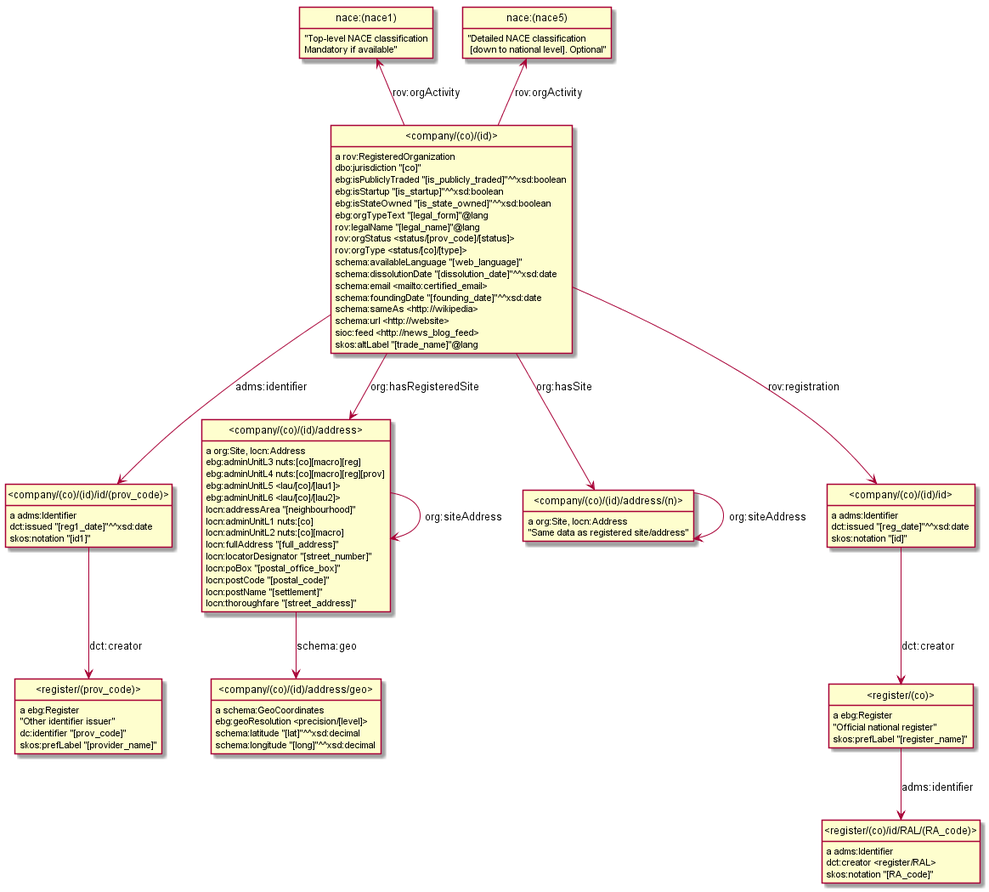
Earlier version of the PlantUML export model/company.png (euBusinessGraph/eubg-data).
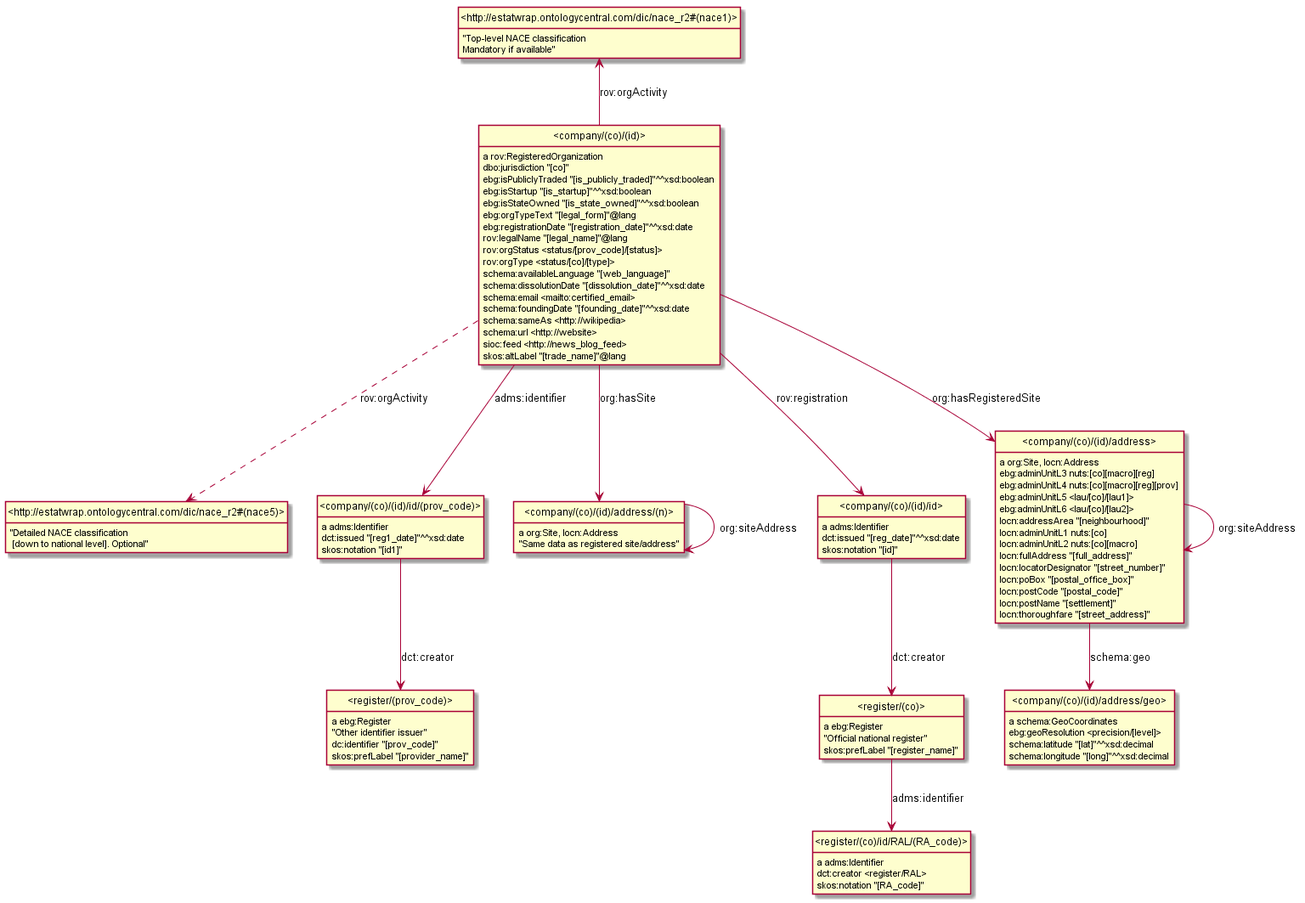
The same diagram one commit later.

Commit message:
Added ebg-ontology-part.ttl (incorporating nace-scheme.ttl). Added neogeo (NUTS and 2 ontologies). Added ebg:registrationDate to company.ttl.

What changed in the source:
```diff
@@ -5,23 +5,24 @@
 skinparam classAttributeIconSize 0
 class _company_co_id_ as "<company/(co)/(id)>"
 _company_co_id_ : a rov:RegisteredOrganization
+class _http_estatwrap_ontologycentral_com_dic_nace_r2_nace5_ as "<http://estatwrap.ontologycentral.com/dic/nace_r2#(nace5)>"
+_company_co_id_ ..> _http_estatwrap_ontologycentral_com_dic_nace_r2_nace5_ : rov:orgActivity
 class _company_co_id_id_prov_code_ as "<company/(co)/(id)/id/(prov_code)>"
 _company_co_id_ --> _company_co_id_id_prov_code_ : adms:identifier
-class _company_co_id_address_ as "<company/(co)/(id)/address>"
-_company_co_id_ --> _company_co_id_address_ : org:hasRegisteredSite
+class _http_estatwrap_ontologycentral_com_dic_nace_r2_nace1_ as "<http://estatwrap.ontologycentral.com/dic/nace_r2#(nace1)>"
+_company_co_id_ -up-> _http_estatwrap_ontologycentral_com_dic_nace_r2_nace1_ : rov:orgActivity
 class _company_co_id_address_n_ as "<company/(co)/(id)/address/(n)>"
 _company_co_id_ --> _company_co_id_address_n_ : org:hasSite
 class _company_co_id_id_ as "<company/(co)/(id)/id>"
 _company_co_id_ --> _company_co_id_id_ : rov:registration
-class nace_nace5_ as "nace:(nace5)"
-_company_co_id_ -up-> nace_nace5_ : rov:orgActivity
-class nace_nace1_ as "nace:(nace1)"
-_company_co_id_ -up-> nace_nace1_ : rov:orgActivity
+class _company_co_id_address_ as "<company/(co)/(id)/address>"
+_company_co_id_ --> _company_co_id_address_ : org:hasRegisteredSite
 _company_co_id_ : dbo:jurisdiction "[co]"
 _company_co_id_ : ebg:isPubliclyTraded "[is_publicly_traded]"^^xsd:boolean
 _company_co_id_ : ebg:isStartup "[is_startup]"^^xsd:boolean
 _company_co_id_ : ebg:isStateOwned "[is_state_owned]"^^xsd:boolean
 _company_co_id_ : ebg:orgTypeText "[legal_form]"@lang
+_company_co_id_ : ebg:registrationDate "[registration_date]"^^xsd:date
 _company_co_id_ : rov:legalName "[legal_name]"@lang
 _company_co_id_ : rov:orgStatus <status/[prov_code]/[status]>
 _company_co_id_ : rov:orgType <status/[co]/[type]>
@@ -33,16 +34,23 @@
 _company_co_id_ : schema:url <http://website>
 _company_co_id_ : sioc:feed <http://news_blog_feed>
 _company_co_id_ : skos:altLabel "[trade_name]"@lang
-_company_co_id_id_ : a adms:Identifier
+_company_co_id_address_n_ : a org:Site, locn:Address
+_company_co_id_address_n_ --> _company_co_id_address_n_ : org:siteAddress
+_company_co_id_address_n_ :  "Same data as registered site/address"
+class _company_co_id_address_geo_ as "<company/(co)/(id)/address/geo>"
+_company_co_id_address_geo_ : a schema:GeoCoordinates
+_company_co_id_address_geo_ : ebg:geoResolution <precision/[level]>
+_company_co_id_address_geo_ : schema:latitude "[lat]"^^xsd:decimal
+_company_co_id_address_geo_ : schema:longitude "[long]"^^xsd:decimal
 class _register_co_ as "<register/(co)>"
-_company_co_id_id_ --> _register_co_ : dct:creator
-_company_co_id_id_ : dct:issued "[reg_date]"^^xsd:date
-_company_co_id_id_ : skos:notation "[id]"
-nace_nace5_ :  "Detailed NACE classification\n [down to national level]. Optional"
+_register_co_ : a ebg:Register
+class _register_co_id_RAL_RA_code_ as "<register/(co)/id/RAL/(RA_code)>"
+_register_co_ --> _register_co_id_RAL_RA_code_ : adms:identifier
+_register_co_ :  "Official national register"
+_register_co_ : skos:prefLabel "[register_name]"
 _company_co_id_address_ : a org:Site, locn:Address
-class _company_co_id_address_geo_ as "<company/(co)/(id)/address/geo>"
+_company_co_id_address_ --> _company_co_id_address_ : org:siteAddress
 _company_co_id_address_ --> _company_co_id_address_geo_ : schema:geo
-_company_co_id_address_ --> _company_co_id_address_ : org:siteAddress
 _company_co_id_address_ : ebg:adminUnitL3 nuts:[co][macro][reg]
 _company_co_id_address_ : ebg:adminUnitL4 nuts:[co][macro][reg][prov]
 _company_co_id_address_ : ebg:adminUnitL5 <lau/[co]/[lau1]>
@@ -61,23 +69,16 @@
 _register_prov_code_ :  "Other identifier issuer"
 _register_prov_code_ : dc:identifier "[prov_code]"
 _register_prov_code_ : skos:prefLabel "[provider_name]"
-_company_co_id_address_n_ : a org:Site, locn:Address
-_company_co_id_address_n_ --> _company_co_id_address_n_ : org:siteAddress
-_company_co_id_address_n_ :  "Same data as registered site/address"
 _company_co_id_id_prov_code_ : a adms:Identifier
 _company_co_id_id_prov_code_ --> _register_prov_code_ : dct:creator
 _company_co_id_id_prov_code_ : dct:issued "[reg1_date]"^^xsd:date
 _company_co_id_id_prov_code_ : skos:notation "[id1]"
-_company_co_id_address_geo_ : a schema:GeoCoordinates
-_company_co_id_address_geo_ : ebg:geoResolution <precision/[level]>
-_company_co_id_address_geo_ : schema:latitude "[lat]"^^xsd:decimal
-_company_co_id_address_geo_ : schema:longitude "[long]"^^xsd:decimal
-_register_co_ : a ebg:Register
-class _register_co_id_RAL_RA_code_ as "<register/(co)/id/RAL/(RA_code)>"
-_register_co_ --> _register_co_id_RAL_RA_code_ : adms:identifier
-_register_co_ :  "Official national register"
-_register_co_ : skos:prefLabel "[register_name]"
-nace_nace1_ :  "Top-level NACE classification\nMandatory if available"
+_http_estatwrap_ontologycentral_com_dic_nace_r2_nace5_ :  "Detailed NACE classification\n [down to national level]. Optional"
+_company_co_id_id_ : a adms:Identifier
+_company_co_id_id_ --> _register_co_ : dct:creator
+_company_co_id_id_ : dct:issued "[reg_date]"^^xsd:date
+_company_co_id_id_ : skos:notation "[id]"
+_http_estatwrap_ontologycentral_com_dic_nace_r2_nace1_ :  "Top-level NACE classification\nMandatory if available"
 _register_co_id_RAL_RA_code_ : a adms:Identifier
 _register_co_id_RAL_RA_code_ : dct:creator <register/RAL>
 _register_co_id_RAL_RA_code_ : skos:notation "[RA_code]"
```
